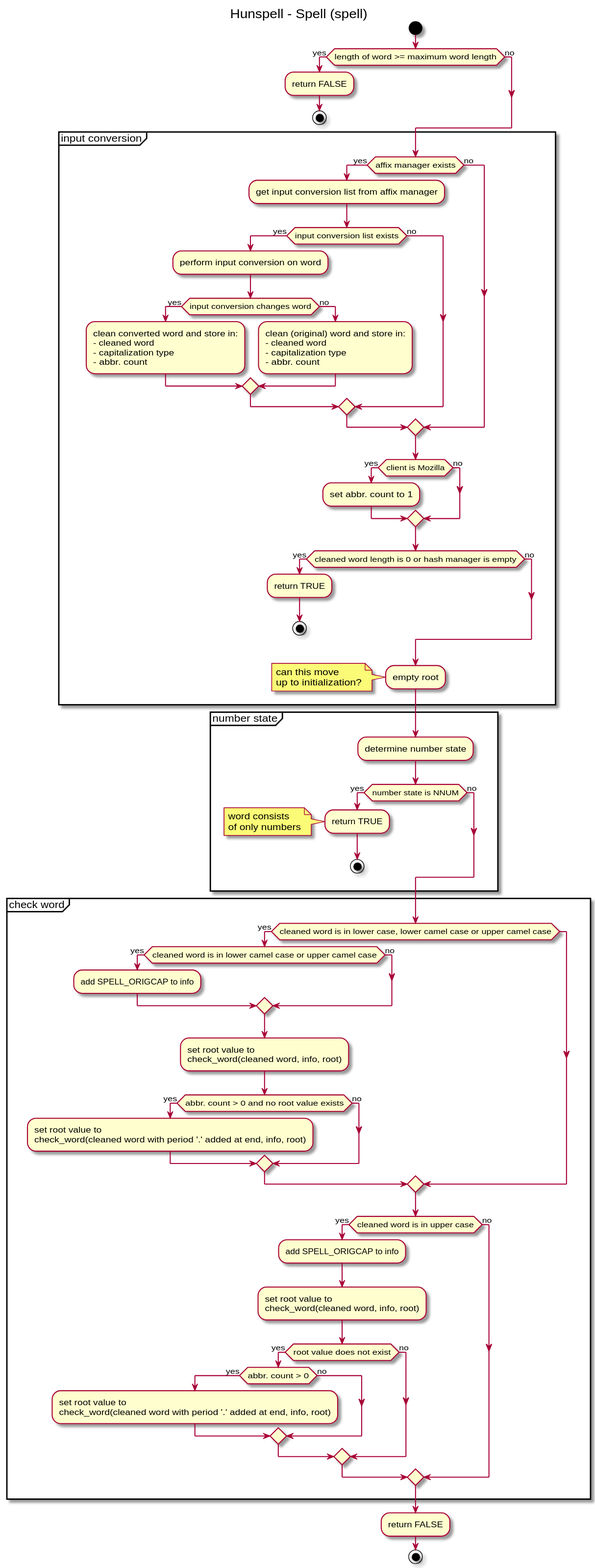
The PlantUML diagram uml/activity-diagrams/spell-init-upper-activity-diagram.svg in nuspell/misc-nuspell, before a commit. Its source is kept beside it as uml/plantuml/spell-init-upper-activity-diagram.pu. Its diagram source:
```plantuml
@startuml
skinparam backgroundcolor White|White

title Hunspell - Spell (spell)\n\nCalling check_word for\nupper case (ALLCAP) and\ninitial capitalization (INITCAP)

start

:TODO;
:TODO;
:TODO;

if (cleaned word is in upper case) then (yes)
	:add SPELL_ORIGCAP to info;
	:set root value to\ncheck_word(cleaned word, info, root);
	if (root value does not exist) then (yes)
		if (abbr. count > 0) then (yes)
			:set root value to\ncheck_word(cleaned word with period '.' added at end, info, root);
		else (no)
		endif
	else (no)
	endif
else (no)
endif

stop

@enduml
```
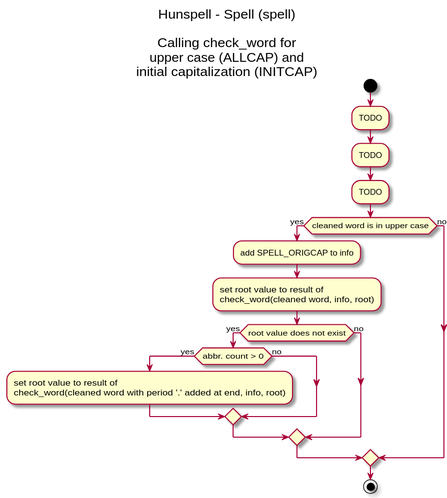
Later version of the same file.

The edit, as a diff of the source:
```diff
@@ -11,10 +11,10 @@
 
 if (cleaned word is in upper case) then (yes)
 	:add SPELL_ORIGCAP to info;
-	:set root value to\ncheck_word(cleaned word, info, root);
+	:set root value to result of\ncheck_word(cleaned word, info, root);
 	if (root value does not exist) then (yes)
 		if (abbr. count > 0) then (yes)
-			:set root value to\ncheck_word(cleaned word with period '.' added at end, info, root);
+			:set root value to result of\ncheck_word(cleaned word with period '.' added at end, info, root);
 		else (no)
 		endif
 	else (no)
```
